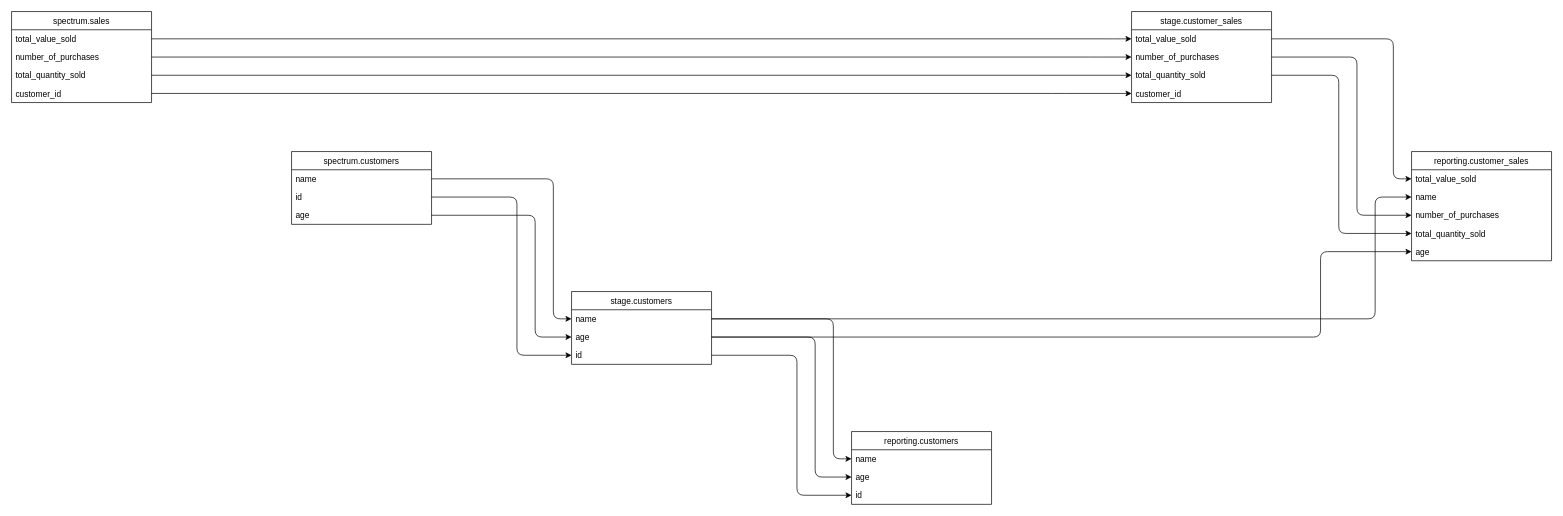
domherriott/sqlinks keeps this draw.io diagram as output.drawio. Above is the earlier version. Source tidied: cells renumbered, new cells numbered last; positions are measured from the earlier drawing's top-left corner, leaving out a move shared by most shapes. Both pictures are drawn from the tidied source at 70%, with x=0, y=0 at pixel (11, 11).
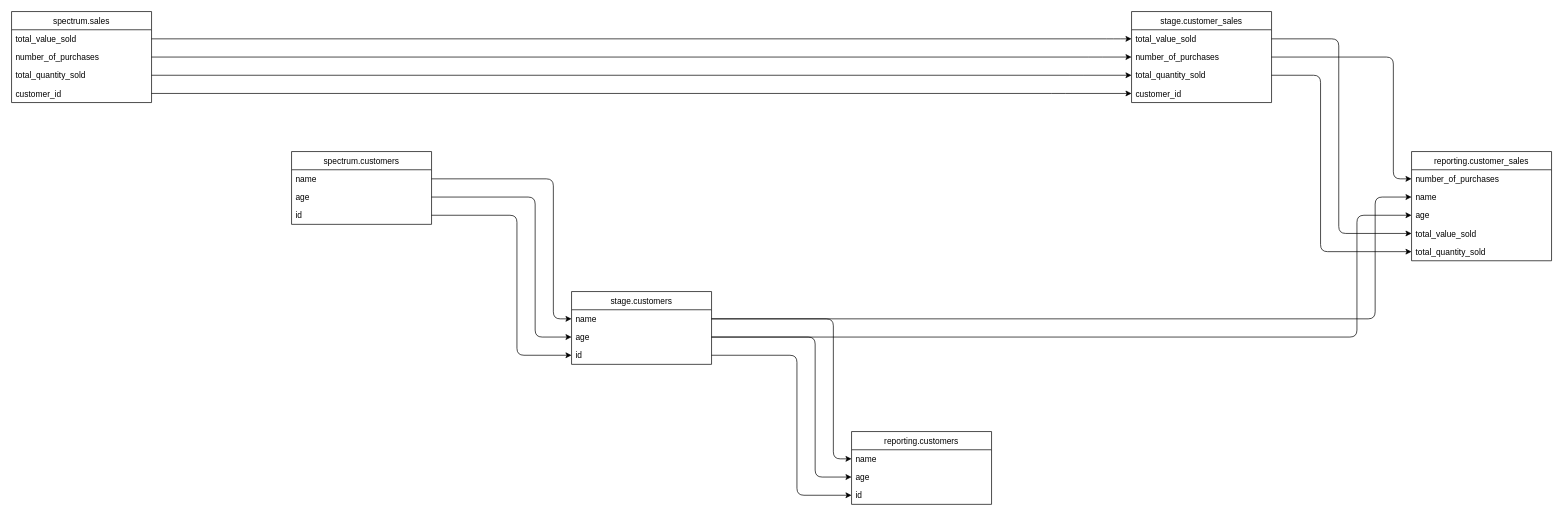
Above is the later version.

The change refers to these unchanged cells:
```xml
<mxCell id="12" value="age" style="text;strokeColor=none;fillColor=none;align=left;verticalAlign=top;spacingLeft=4;spacingRight=4;overflow=hidden;points=[[0,0.5],[1,0.5]];portConstraint=eastwest;" parent="9" vertex="1">
  <mxGeometry y="52" width="200" height="26" as="geometry" />
</mxCell>
<mxCell id="14" value="id" style="text;strokeColor=none;fillColor=none;align=left;verticalAlign=top;spacingLeft=4;spacingRight=4;overflow=hidden;points=[[0,0.5],[1,0.5]];portConstraint=eastwest;" parent="9" vertex="1">
  <mxGeometry y="78" width="200" height="26" as="geometry" />
</mxCell>
<mxCell id="17" value="total_value_sold" style="text;strokeColor=none;fillColor=none;align=left;verticalAlign=top;spacingLeft=4;spacingRight=4;overflow=hidden;points=[[0,0.5],[1,0.5]];portConstraint=eastwest;" parent="16" vertex="1">
  <mxGeometry y="26" width="200" height="26" as="geometry" />
</mxCell>
<mxCell id="19" value="number_of_purchases" style="text;strokeColor=none;fillColor=none;align=left;verticalAlign=top;spacingLeft=4;spacingRight=4;overflow=hidden;points=[[0,0.5],[1,0.5]];portConstraint=eastwest;" parent="16" vertex="1">
  <mxGeometry y="52" width="200" height="26" as="geometry" />
</mxCell>
<mxCell id="21" value="total_quantity_sold" style="text;strokeColor=none;fillColor=none;align=left;verticalAlign=top;spacingLeft=4;spacingRight=4;overflow=hidden;points=[[0,0.5],[1,0.5]];portConstraint=eastwest;" parent="16" vertex="1">
  <mxGeometry y="78" width="200" height="26" as="geometry" />
</mxCell>
<mxCell id="30" value="spectrum.customers" style="swimlane;fontStyle=0;horizontal=1;startSize=26;fillColor=none;" parent="1" vertex="1">
  <mxGeometry x="400" y="200" width="200" height="104" as="geometry" />
</mxCell>
<mxCell id="34" value="reporting.customer_sales" style="swimlane;fontStyle=0;horizontal=1;startSize=26;fillColor=none;" parent="1" vertex="1">
  <mxGeometry x="2000" y="200" width="200" height="156" as="geometry" />
</mxCell>
```

Change to the diagram source:
```diff
@@
-    <mxCell id="13" style="edgeStyle=elbowEdgeStyle;elbow=horizontal;endArrow=classic;html=1;exitX=1;exitY=0.5;exitDx=0;exitDy=0;entryX=0;entryY=0.5;entryDx=0;entryDy=0;" parent="1" edge="1" source="33" target="12">
+    <mxCell id="13" style="edgeStyle=elbowEdgeStyle;elbow=horizontal;endArrow=classic;html=1;exitX=1;exitY=0.5;exitDx=0;exitDy=0;entryX=0;entryY=0.5;entryDx=0;entryDy=0;" parent="1" edge="1" source="32" target="12">
       <mxGeometry relative="1" as="geometry">
         <Array as="points">
           <mxPoint x="748" y="452" />
         </Array>
       </mxGeometry>
     </mxCell>
@@
-    <mxCell id="15" style="edgeStyle=elbowEdgeStyle;elbow=horizontal;endArrow=classic;html=1;exitX=1;exitY=0.5;exitDx=0;exitDy=0;entryX=0;entryY=0.5;entryDx=0;entryDy=0;" parent="1" edge="1" source="32" target="14">
+    <mxCell id="15" style="edgeStyle=elbowEdgeStyle;elbow=horizontal;endArrow=classic;html=1;exitX=1;exitY=0.5;exitDx=0;exitDy=0;entryX=0;entryY=0.5;entryDx=0;entryDy=0;" parent="1" edge="1" source="33" target="14">
       <mxGeometry relative="1" as="geometry">
         <Array as="points">
           <mxPoint x="722" y="478" />
         </Array>
       </mxGeometry>
     </mxCell>
@@
-    <mxCell id="32" value="id" style="text;strokeColor=none;fillColor=none;align=left;verticalAlign=top;spacingLeft=4;spacingRight=4;overflow=hidden;points=[[0,0.5],[1,0.5]];portConstraint=eastwest;" parent="30" vertex="1">
+    <mxCell id="32" value="age" style="text;strokeColor=none;fillColor=none;align=left;verticalAlign=top;spacingLeft=4;spacingRight=4;overflow=hidden;points=[[0,0.5],[1,0.5]];portConstraint=eastwest;" parent="30" vertex="1">
       <mxGeometry y="52" width="200" height="26" as="geometry" />
     </mxCell>
-    <mxCell id="33" value="age" style="text;strokeColor=none;fillColor=none;align=left;verticalAlign=top;spacingLeft=4;spacingRight=4;overflow=hidden;points=[[0,0.5],[1,0.5]];portConstraint=eastwest;" parent="30" vertex="1">
+    <mxCell id="33" value="id" style="text;strokeColor=none;fillColor=none;align=left;verticalAlign=top;spacingLeft=4;spacingRight=4;overflow=hidden;points=[[0,0.5],[1,0.5]];portConstraint=eastwest;" parent="30" vertex="1">
       <mxGeometry y="78" width="200" height="26" as="geometry" />
     </mxCell>
@@
-    <mxCell id="35" value="total_value_sold" style="text;strokeColor=none;fillColor=none;align=left;verticalAlign=top;spacingLeft=4;spacingRight=4;overflow=hidden;points=[[0,0.5],[1,0.5]];portConstraint=eastwest;" parent="34" vertex="1">
+    <mxCell id="35" value="number_of_purchases" style="text;strokeColor=none;fillColor=none;align=left;verticalAlign=top;spacingLeft=4;spacingRight=4;overflow=hidden;points=[[0,0.5],[1,0.5]];portConstraint=eastwest;" parent="34" vertex="1">
       <mxGeometry y="26" width="200" height="26" as="geometry" />
     </mxCell>
-    <mxCell id="36" style="edgeStyle=elbowEdgeStyle;elbow=horizontal;endArrow=classic;html=1;exitX=1;exitY=0.5;exitDx=0;exitDy=0;entryX=0;entryY=0.5;entryDx=0;entryDy=0;" parent="1" edge="1" source="17" target="35">
+    <mxCell id="36" style="edgeStyle=elbowEdgeStyle;elbow=horizontal;endArrow=classic;html=1;exitX=1;exitY=0.5;exitDx=0;exitDy=0;entryX=0;entryY=0.5;entryDx=0;entryDy=0;" parent="1" edge="1" source="19" target="35">
       <mxGeometry relative="1" as="geometry">
         <Array as="points">
           <mxPoint x="1974" y="226" />
         </Array>
       </mxGeometry>
     </mxCell>
@@
-    <mxCell id="39" value="number_of_purchases" style="text;strokeColor=none;fillColor=none;align=left;verticalAlign=top;spacingLeft=4;spacingRight=4;overflow=hidden;points=[[0,0.5],[1,0.5]];portConstraint=eastwest;" parent="34" vertex="1">
+    <mxCell id="39" value="age" style="text;strokeColor=none;fillColor=none;align=left;verticalAlign=top;spacingLeft=4;spacingRight=4;overflow=hidden;points=[[0,0.5],[1,0.5]];portConstraint=eastwest;" parent="34" vertex="1">
       <mxGeometry y="78" width="200" height="26" as="geometry" />
     </mxCell>
-    <mxCell id="40" style="edgeStyle=elbowEdgeStyle;elbow=horizontal;endArrow=classic;html=1;exitX=1;exitY=0.5;exitDx=0;exitDy=0;entryX=0;entryY=0.5;entryDx=0;entryDy=0;" parent="1" edge="1" source="19" target="39">
+    <mxCell id="40" style="edgeStyle=elbowEdgeStyle;elbow=horizontal;endArrow=classic;html=1;exitX=1;exitY=0.5;exitDx=0;exitDy=0;entryX=0;entryY=0.5;entryDx=0;entryDy=0;" parent="1" edge="1" source="12" target="39">
       <mxGeometry relative="1" as="geometry">
         <Array as="points">
           <mxPoint x="1922" y="278" />
         </Array>
       </mxGeometry>
     </mxCell>
-    <mxCell id="41" value="total_quantity_sold" style="text;strokeColor=none;fillColor=none;align=left;verticalAlign=top;spacingLeft=4;spacingRight=4;overflow=hidden;points=[[0,0.5],[1,0.5]];portConstraint=eastwest;" parent="34" vertex="1">
+    <mxCell id="41" value="total_value_sold" style="text;strokeColor=none;fillColor=none;align=left;verticalAlign=top;spacingLeft=4;spacingRight=4;overflow=hidden;points=[[0,0.5],[1,0.5]];portConstraint=eastwest;" parent="34" vertex="1">
       <mxGeometry y="104" width="200" height="26" as="geometry" />
     </mxCell>
-    <mxCell id="42" style="edgeStyle=elbowEdgeStyle;elbow=horizontal;endArrow=classic;html=1;exitX=1;exitY=0.5;exitDx=0;exitDy=0;entryX=0;entryY=0.5;entryDx=0;entryDy=0;" parent="1" edge="1" source="21" target="41">
+    <mxCell id="42" style="edgeStyle=elbowEdgeStyle;elbow=horizontal;endArrow=classic;html=1;exitX=1;exitY=0.5;exitDx=0;exitDy=0;entryX=0;entryY=0.5;entryDx=0;entryDy=0;" parent="1" edge="1" source="17" target="41">
       <mxGeometry relative="1" as="geometry">
         <Array as="points">
           <mxPoint x="1896" y="304" />
         </Array>
       </mxGeometry>
     </mxCell>
-    <mxCell id="43" value="age" style="text;strokeColor=none;fillColor=none;align=left;verticalAlign=top;spacingLeft=4;spacingRight=4;overflow=hidden;points=[[0,0.5],[1,0.5]];portConstraint=eastwest;" parent="34" vertex="1">
+    <mxCell id="43" value="total_quantity_sold" style="text;strokeColor=none;fillColor=none;align=left;verticalAlign=top;spacingLeft=4;spacingRight=4;overflow=hidden;points=[[0,0.5],[1,0.5]];portConstraint=eastwest;" parent="34" vertex="1">
       <mxGeometry y="130" width="200" height="26" as="geometry" />
     </mxCell>
-    <mxCell id="44" style="edgeStyle=elbowEdgeStyle;elbow=horizontal;endArrow=classic;html=1;exitX=1;exitY=0.5;exitDx=0;exitDy=0;entryX=0;entryY=0.5;entryDx=0;entryDy=0;" parent="1" edge="1" source="12" target="43">
+    <mxCell id="44" style="edgeStyle=elbowEdgeStyle;elbow=horizontal;endArrow=classic;html=1;exitX=1;exitY=0.5;exitDx=0;exitDy=0;entryX=0;entryY=0.5;entryDx=0;entryDy=0;" parent="1" edge="1" source="21" target="43">
       <mxGeometry relative="1" as="geometry">
         <Array as="points">
           <mxPoint x="1870" y="330" />
         </Array>
       </mxGeometry>
     </mxCell>
```
